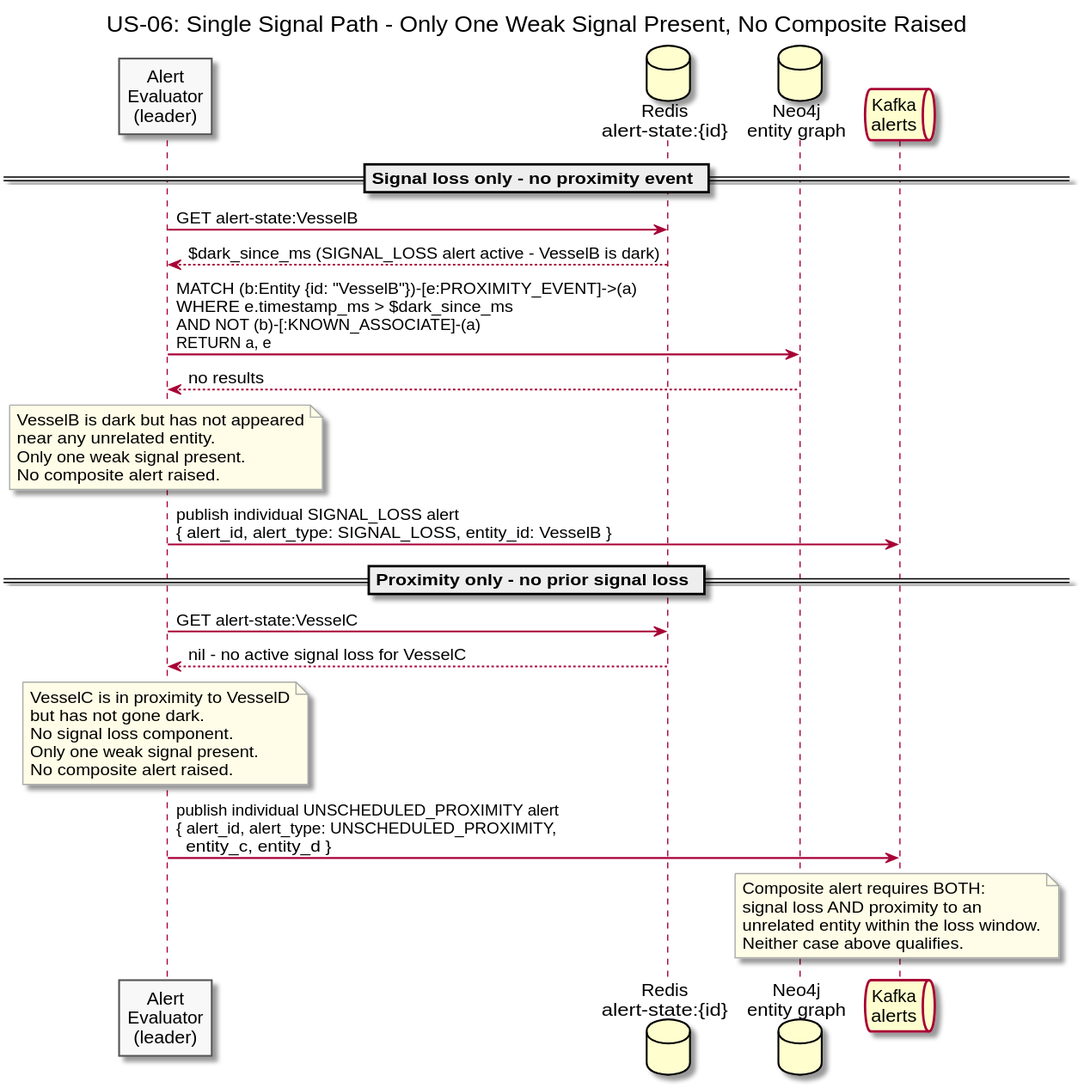
The PlantUML diagram diagrams/docs/use-cases/US-06-composite-alert/single-signal-path.svg in Buffden/sentinel, before a commit.
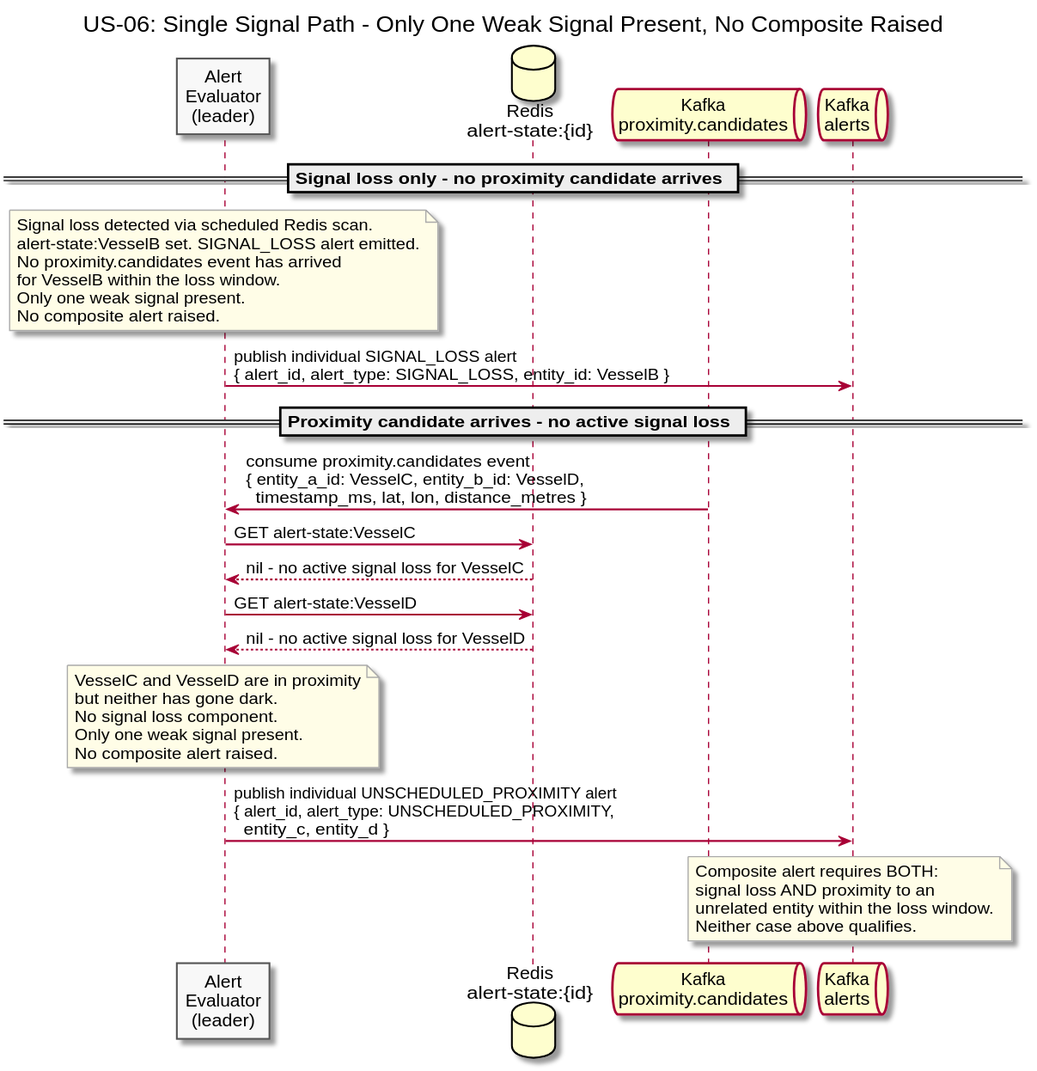
Later version of the same file.

Diff of the diagram source:
```diff
@@ -9,34 +9,35 @@
 
 participant "Alert\nEvaluator\n(leader)" as Evaluator
 database "Redis\nalert-state:{id}" as AlertState
-database "Neo4j\nentity graph" as Neo4j
+queue "Kafka\nproximity.candidates" as ProxKafka
 queue "Kafka\nalerts" as Kafka
 
-== Signal loss only - no proximity event ==
-
-Evaluator -> AlertState : GET alert-state:VesselB
-AlertState --> Evaluator : $dark_since_ms (SIGNAL_LOSS alert active - VesselB is dark)
-
-Evaluator -> Neo4j : MATCH (b:Entity {id: "VesselB"})-[e:PROXIMITY_EVENT]->(a)\nWHERE e.timestamp_ms > $dark_since_ms\nAND NOT (b)-[:KNOWN_ASSOCIATE]-(a)\nRETURN a, e
-Neo4j --> Evaluator : no results
+== Signal loss only - no proximity candidate arrives ==
 
 note over Evaluator
-  VesselB is dark but has not appeared
-  near any unrelated entity.
+  Signal loss detected via scheduled Redis scan.
+  alert-state:VesselB set. SIGNAL_LOSS alert emitted.
+  No proximity.candidates event has arrived
+  for VesselB within the loss window.
   Only one weak signal present.
   No composite alert raised.
 end note
 
 Evaluator -> Kafka : publish individual SIGNAL_LOSS alert\n{ alert_id, alert_type: SIGNAL_LOSS, entity_id: VesselB }
 
-== Proximity only - no prior signal loss ==
+== Proximity candidate arrives - no active signal loss ==
+
+ProxKafka -> Evaluator : consume proximity.candidates event\n{ entity_a_id: VesselC, entity_b_id: VesselD,\n  timestamp_ms, lat, lon, distance_metres }
 
 Evaluator -> AlertState : GET alert-state:VesselC
 AlertState --> Evaluator : nil - no active signal loss for VesselC
 
+Evaluator -> AlertState : GET alert-state:VesselD
+AlertState --> Evaluator : nil - no active signal loss for VesselD
+
 note over Evaluator
-  VesselC is in proximity to VesselD
-  but has not gone dark.
+  VesselC and VesselD are in proximity
+  but neither has gone dark.
   No signal loss component.
   Only one weak signal present.
   No composite alert raised.
```
